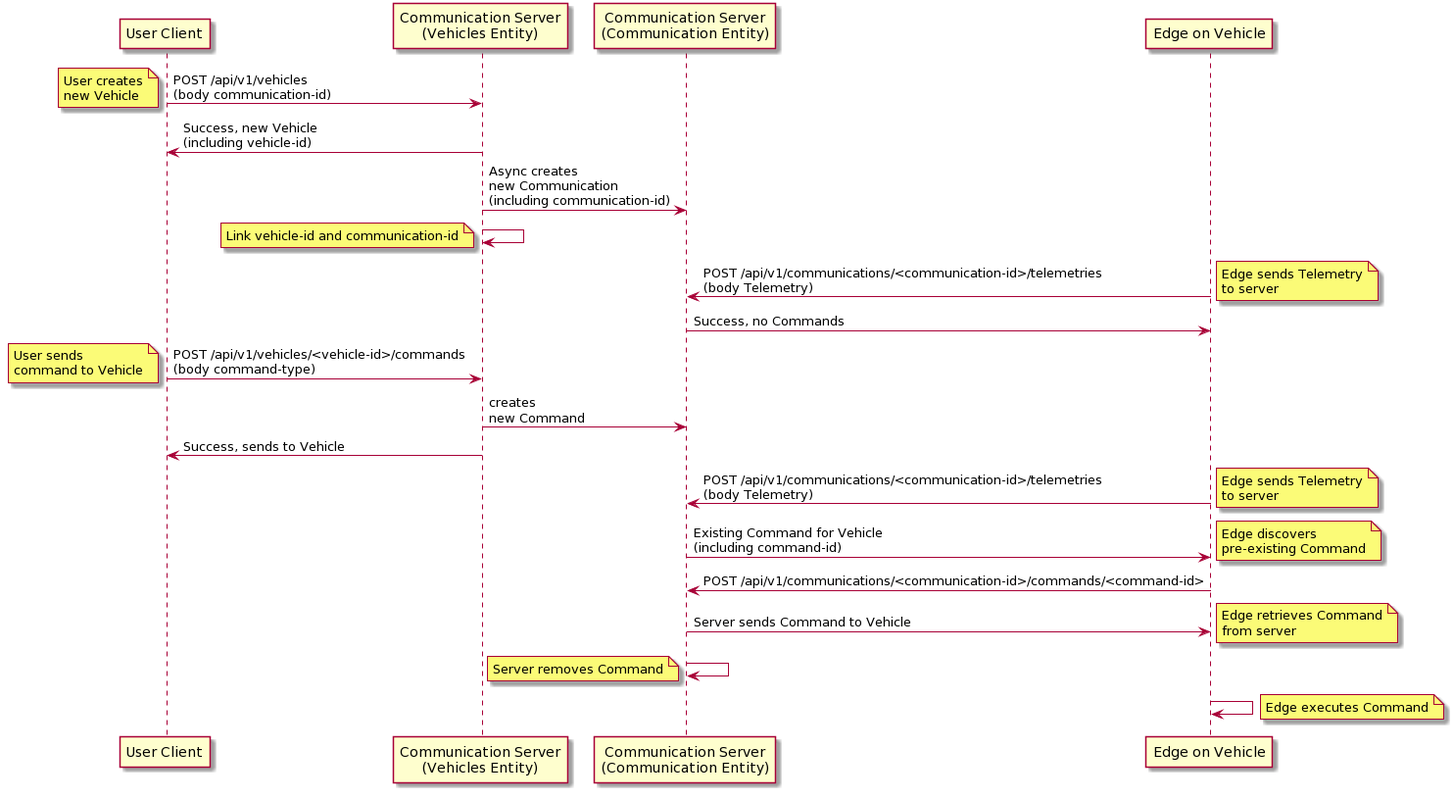
Earlier version of the PlantUML export assets/generated/commands_and_telemetry.png (Tomofiles/skysign_cloud_v2).
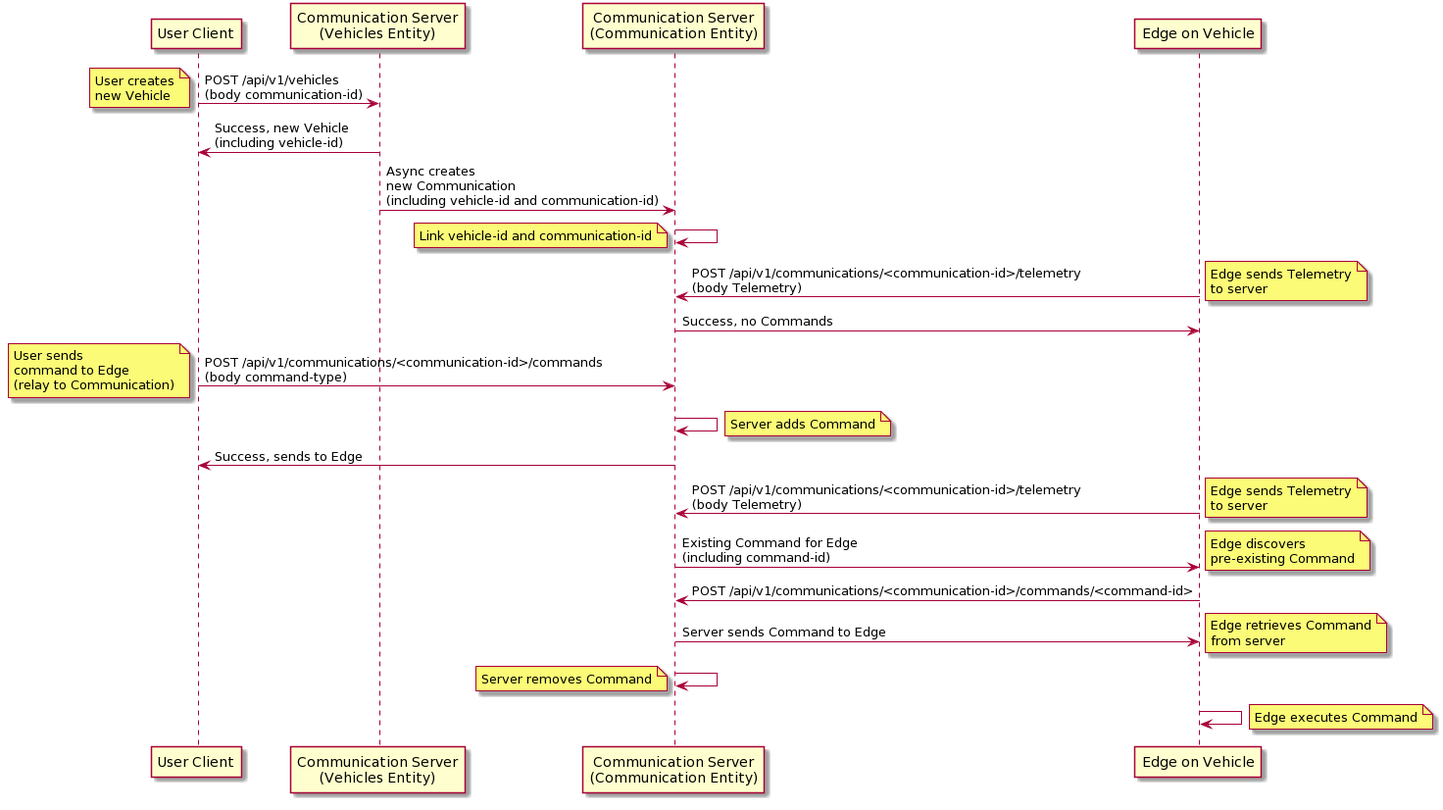
After the change.

The edit, as a diff of the source:
```diff
@@ -8,22 +8,23 @@
 UC -> CSV : POST /api/v1/vehicles\n(body communication-id)
 note left: User creates\nnew Vehicle
 CSV -> UC : Success, new Vehicle\n(including vehicle-id)
-CSV -> CSC : Async creates\nnew Communication\n(including communication-id)
-CSV -> CSV :
+CSV -> CSC : Async creates\nnew Communication\n(including vehicle-id and communication-id)
+CSC -> CSC :
 note left: Link vehicle-id and communication-id
-E -> CSC : POST /api/v1/communications/<communication-id>/telemetries\n(body Telemetry)
+E -> CSC : POST /api/v1/communications/<communication-id>/telemetry\n(body Telemetry)
 note right: Edge sends Telemetry\nto server
 CSC -> E : Success, no Commands
-UC -> CSV : POST /api/v1/vehicles/<vehicle-id>/commands\n(body command-type)
-note left: User sends\ncommand to Vehicle
-CSV -> CSC : creates\nnew Command
-CSV -> UC : Success, sends to Vehicle
-E -> CSC : POST /api/v1/communications/<communication-id>/telemetries\n(body Telemetry)
+UC -> CSC : POST /api/v1/communications/<communication-id>/commands\n(body command-type)
+note left: User sends\ncommand to Edge\n(relay to Communication)
+CSC -> CSC :
+note right: Server adds Command
+CSC -> UC : Success, sends to Edge
+E -> CSC : POST /api/v1/communications/<communication-id>/telemetry\n(body Telemetry)
 note right: Edge sends Telemetry\nto server
-CSC -> E : Existing Command for Vehicle\n(including command-id)
+CSC -> E : Existing Command for Edge\n(including command-id)
 note right: Edge discovers\npre-existing Command
 E -> CSC : POST /api/v1/communications/<communication-id>/commands/<command-id>
-CSC -> E : Server sends Command to Vehicle
+CSC -> E : Server sends Command to Edge
 note right: Edge retrieves Command\nfrom server
 CSC -> CSC :
 note left: Server removes Command
```
